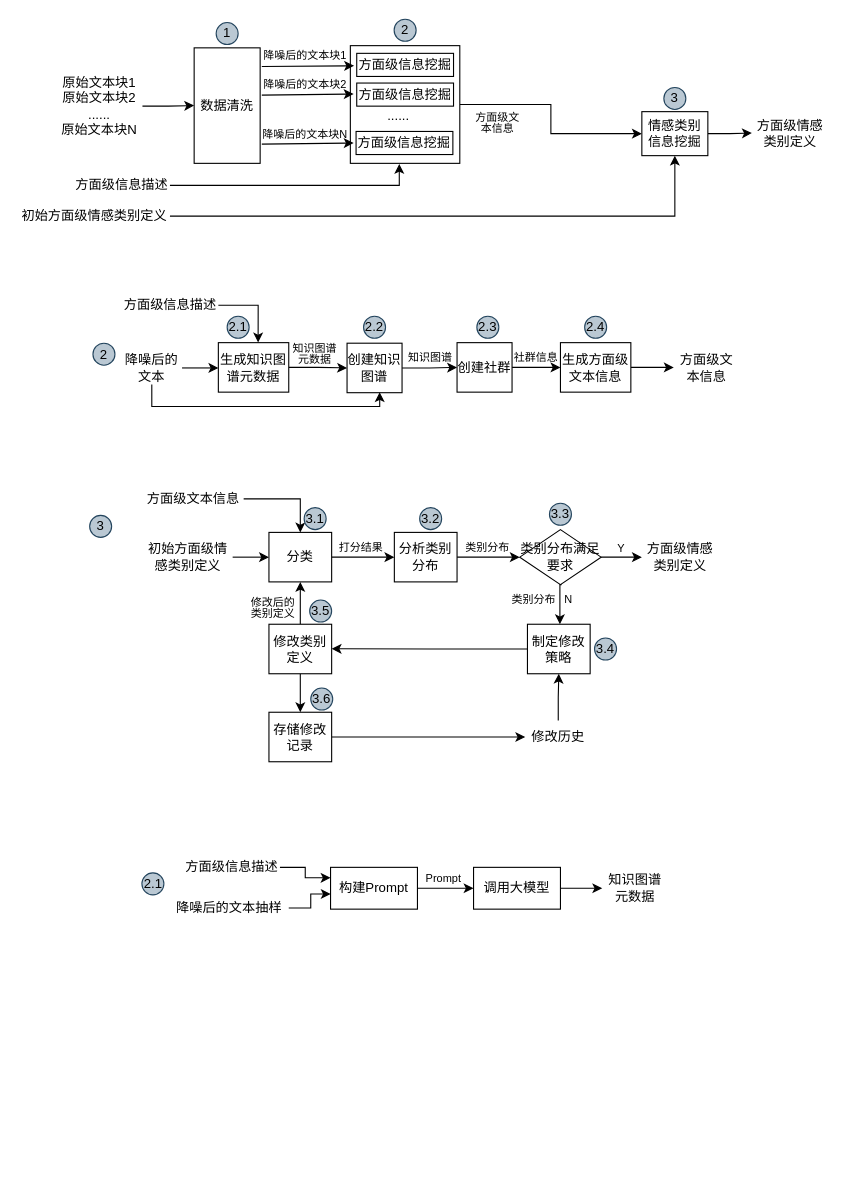
The draw.io diagram patent-基于大模型的方面级文本情感挖掘.drawio in CindyZX/drawio_figures, before the edit. Source tidied: cells renumbered, new cells numbered last; positions are measured from the earlier drawing's top-left corner, leaving out a move shared by most shapes. Both pictures are drawn from the tidied source at 110%, with x=0, y=0 at pixel (19, 19).
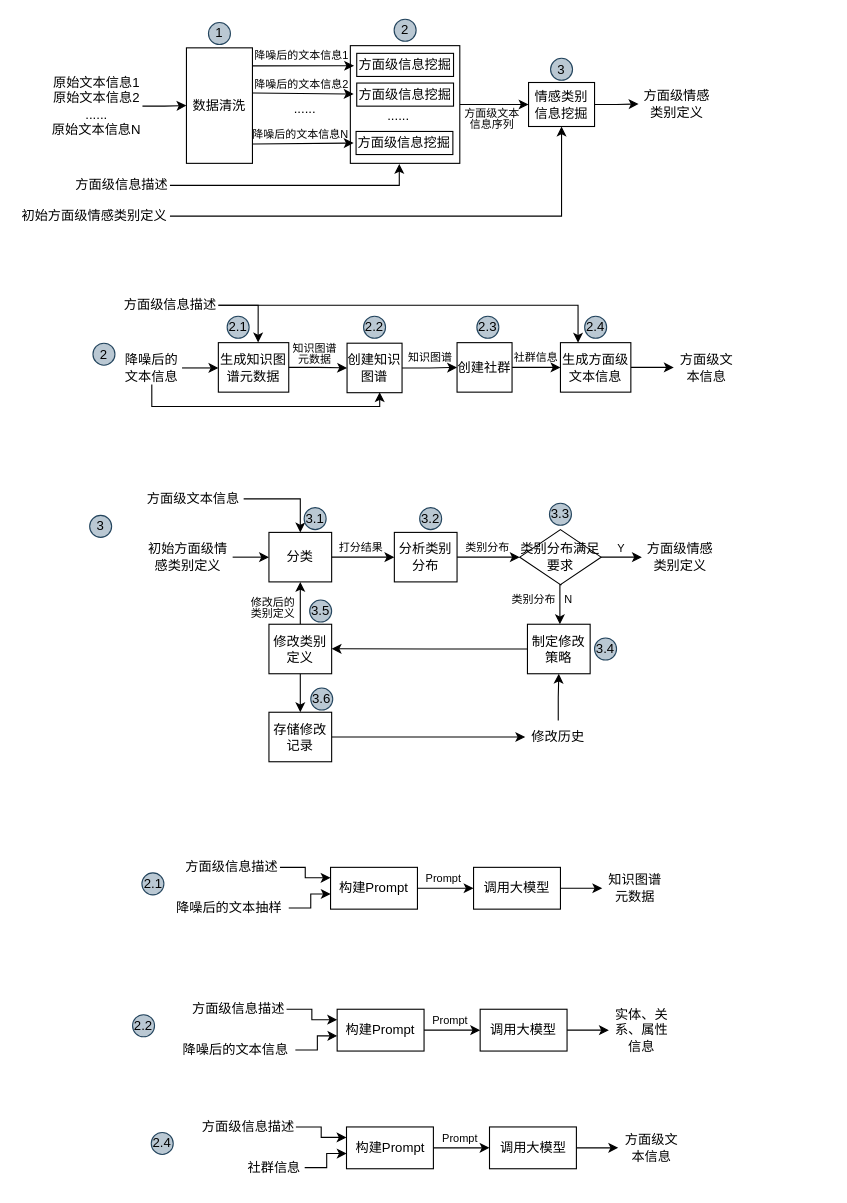
The same diagram, later.

Commit message:
更新patent-基于大模型的方面级文本情感挖掘.drawio

Unchanged cells that the change refers to:
```xml
<mxCell id="6" style="rounded=0;whiteSpace=wrap;html=1;" parent="1" vertex="1">
  <mxGeometry x="301" y="24" width="99.5" height="107" as="geometry" />
</mxCell>
<mxCell id="28" value="生成方面级文本信息" style="rounded=0;whiteSpace=wrap;html=1;" parent="1" vertex="1">
  <mxGeometry x="492" y="294" width="64" height="45" as="geometry" />
</mxCell>
<mxCell id="62" value="方面级信息描述" style="text;html=1;align=center;verticalAlign=middle;whiteSpace=wrap;rounded=0;" parent="1" vertex="1">
  <mxGeometry x="94" y="245" width="87" height="30" as="geometry" />
</mxCell>
```

The edit, as a diff of the source:
```diff
@@
-    <mxCell id="3" value="原始文本块1&lt;div&gt;原始文本块2&lt;br&gt;&lt;/div&gt;&lt;div&gt;......&lt;/div&gt;&lt;div&gt;原始文本块N&lt;br&gt;&lt;/div&gt;" style="text;html=1;align=center;verticalAlign=middle;whiteSpace=wrap;rounded=0;" parent="1" vertex="1">
-      <mxGeometry x="34" y="48" width="78" height="62" as="geometry" />
+    <mxCell id="3" value="原始文本信息1&lt;div&gt;原始文本信息2&lt;br&gt;&lt;/div&gt;&lt;div&gt;......&lt;/div&gt;&lt;div&gt;原始文本信息N&lt;br&gt;&lt;/div&gt;" style="text;html=1;align=center;verticalAlign=middle;whiteSpace=wrap;rounded=0;" parent="1" vertex="1">
+      <mxGeometry x="29" y="48" width="83" height="62" as="geometry" />
     </mxCell>
     <mxCell id="4" value="数据清洗" style="rounded=0;whiteSpace=wrap;html=1;" parent="1" vertex="1">
-      <mxGeometry x="159" y="26" width="60" height="105" as="geometry" />
+      <mxGeometry x="152" y="26" width="60" height="105" as="geometry" />
     </mxCell>
@@
     <mxCell id="8" value="情感类别信息挖掘" style="rounded=0;whiteSpace=wrap;html=1;" parent="1" vertex="1">
-      <mxGeometry x="566" y="84" width="60" height="40" as="geometry" />
+      <mxGeometry x="463" y="57.5" width="60" height="40" as="geometry" />
     </mxCell>
     <mxCell id="9" value="方面级情感类别定义" style="text;html=1;align=center;verticalAlign=middle;whiteSpace=wrap;rounded=0;" parent="1" vertex="1">
-      <mxGeometry x="666" y="88.5" width="70" height="30" as="geometry" />
+      <mxGeometry x="563" y="62" width="70" height="30" as="geometry" />
     </mxCell>
@@
-    <mxCell id="11" value="&lt;p style=&quot;line-height: 100%; font-size: 10px;&quot;&gt;&lt;font style=&quot;font-size: 10px;&quot;&gt;方面级文本信息&lt;/font&gt;&lt;/p&gt;" style="text;html=1;align=center;verticalAlign=middle;whiteSpace=wrap;rounded=0;spacing=2;fontSize=10;" parent="1" vertex="1">
-      <mxGeometry x="413" y="88.5" width="44" height="10" as="geometry" />
+    <mxCell id="11" value="&lt;p style=&quot;line-height: 100%; font-size: 10px;&quot;&gt;&lt;font style=&quot;font-size: 10px;&quot;&gt;方面级文本信息序列&lt;/font&gt;&lt;/p&gt;" style="text;html=1;align=center;verticalAlign=middle;whiteSpace=wrap;rounded=0;spacing=2;fontSize=10;" parent="1" vertex="1">
+      <mxGeometry x="404" y="84.5" width="52" height="10" as="geometry" />
     </mxCell>
@@
     <mxCell id="15" value="1" style="ellipse;whiteSpace=wrap;html=1;fillColor=#bac8d3;strokeColor=#23445d;" parent="1" vertex="1">
-      <mxGeometry x="179" y="3" width="20" height="20" as="geometry" />
+      <mxGeometry x="172" y="3" width="20" height="20" as="geometry" />
     </mxCell>
@@
     <mxCell id="17" value="3" style="ellipse;whiteSpace=wrap;html=1;fillColor=#bac8d3;strokeColor=#23445d;" parent="1" vertex="1">
-      <mxGeometry x="586" y="62" width="20" height="20" as="geometry" />
+      <mxGeometry x="483" y="35.5" width="20" height="20" as="geometry" />
     </mxCell>
@@
-    <mxCell id="20" value="降噪后的文本" style="text;html=1;align=center;verticalAlign=middle;whiteSpace=wrap;rounded=0;" parent="1" vertex="1">
+    <mxCell id="20" value="降噪后的文本信息" style="text;html=1;align=center;verticalAlign=middle;whiteSpace=wrap;rounded=0;" parent="1" vertex="1">
       <mxGeometry x="93" y="302" width="55" height="30" as="geometry" />
     </mxCell>
@@
+    <mxCell id="95" style="edgeStyle=orthogonalEdgeStyle;rounded=0;jettySize=auto;html=1;exitX=1;exitY=0.5;exitDx=0;exitDy=0;entryX=0.25;entryY=0;entryDx=0;entryDy=0;" parent="1" edge="1" source="62" target="28">
+      <mxGeometry relative="1" as="geometry" />
+    </mxCell>
@@
-    <mxCell id="89" style="endArrow=classic;html=1;rounded=0;entryX=0.034;entryY=0.171;entryDx=0;entryDy=0;entryPerimeter=0;" parent="1" edge="1" target="6">
-      <mxGeometry relative="1" as="geometry">
-        <mxPoint x="220.5" y="43" as="sourcePoint" />
-      </mxGeometry>
+    <mxCell id="89" style="endArrow=classic;html=1;rounded=0;entryX=0.034;entryY=0.171;entryDx=0;entryDy=0;entryPerimeter=0;exitX=0.996;exitY=0.156;exitDx=0;exitDy=0;exitPerimeter=0;" parent="1" edge="1" source="4" target="6">
+      <mxGeometry relative="1" as="geometry" />
     </mxCell>
-    <mxCell id="90" value="&lt;p style=&quot;line-height: 100%; font-size: 10px;&quot;&gt;降噪后的文本块1&lt;/p&gt;" style="text;html=1;align=center;verticalAlign=middle;whiteSpace=wrap;rounded=0;spacing=2;fontSize=10;" parent="1" vertex="1">
-      <mxGeometry x="219" y="28" width="82" height="10" as="geometry" />
+    <mxCell id="90" value="&lt;p style=&quot;line-height: 100%; font-size: 10px;&quot;&gt;降噪后的文本信息1&lt;/p&gt;" style="text;html=1;align=center;verticalAlign=middle;whiteSpace=wrap;rounded=0;spacing=2;fontSize=10;" parent="1" vertex="1">
+      <mxGeometry x="213" y="28" width="88" height="10" as="geometry" />
     </mxCell>
-    <mxCell id="91" style="endArrow=classic;html=1;rounded=0;entryX=0.034;entryY=0.171;entryDx=0;entryDy=0;entryPerimeter=0;" parent="1" edge="1">
+    <mxCell id="91" style="endArrow=classic;html=1;rounded=0;entryX=0.034;entryY=0.171;entryDx=0;entryDy=0;entryPerimeter=0;exitX=0.996;exitY=0.391;exitDx=0;exitDy=0;exitPerimeter=0;" parent="1" edge="1" source="4">
       <mxGeometry relative="1" as="geometry">
-        <mxPoint x="220.5" y="69" as="sourcePoint" />
         <mxPoint x="304" y="68" as="targetPoint" />
       </mxGeometry>
     </mxCell>
-    <mxCell id="92" value="&lt;p style=&quot;line-height: 100%; font-size: 10px;&quot;&gt;降噪后的文本块2&lt;/p&gt;" style="text;html=1;align=center;verticalAlign=middle;whiteSpace=wrap;rounded=0;spacing=2;fontSize=10;" parent="1" vertex="1">
-      <mxGeometry x="219" y="54" width="82" height="10" as="geometry" />
+    <mxCell id="92" value="&lt;p style=&quot;line-height: 100%; font-size: 10px;&quot;&gt;降噪后的文本信息2&lt;/p&gt;" style="text;html=1;align=center;verticalAlign=middle;whiteSpace=wrap;rounded=0;spacing=2;fontSize=10;" parent="1" vertex="1">
+      <mxGeometry x="213" y="54" width="88" height="10" as="geometry" />
     </mxCell>
-    <mxCell id="93" style="endArrow=classic;html=1;rounded=0;entryX=0.034;entryY=0.171;entryDx=0;entryDy=0;entryPerimeter=0;" parent="1" edge="1">
+    <mxCell id="93" style="endArrow=classic;html=1;rounded=0;entryX=0.034;entryY=0.171;entryDx=0;entryDy=0;entryPerimeter=0;exitX=1;exitY=0.833;exitDx=0;exitDy=0;exitPerimeter=0;" parent="1" edge="1" source="4">
       <mxGeometry relative="1" as="geometry">
-        <mxPoint x="220.5" y="113.5" as="sourcePoint" />
         <mxPoint x="304" y="112.5" as="targetPoint" />
       </mxGeometry>
     </mxCell>
-    <mxCell id="94" value="&lt;p style=&quot;line-height: 100%; font-size: 10px;&quot;&gt;降噪后的文本块N&lt;/p&gt;" style="text;html=1;align=center;verticalAlign=middle;whiteSpace=wrap;rounded=0;spacing=2;fontSize=10;" parent="1" vertex="1">
-      <mxGeometry x="219" y="98.5" width="82" height="10" as="geometry" />
+    <mxCell id="94" value="&lt;p style=&quot;line-height: 100%; font-size: 10px;&quot;&gt;降噪后的文本信息N&lt;/p&gt;" style="text;html=1;align=center;verticalAlign=middle;whiteSpace=wrap;rounded=0;spacing=2;fontSize=10;" parent="1" vertex="1">
+      <mxGeometry x="211" y="98.5" width="90" height="10" as="geometry" />
     </mxCell>
+    <mxCell id="96" value="......" style="text;html=1;align=center;verticalAlign=middle;whiteSpace=wrap;rounded=0;" parent="1" vertex="1">
+      <mxGeometry x="244" y="71" width="32" height="21" as="geometry" />
+    </mxCell>
+    <mxCell id="97" value="2.2" style="ellipse;whiteSpace=wrap;html=1;fillColor=#bac8d3;strokeColor=#23445d;" parent="1" vertex="1">
+      <mxGeometry x="103" y="905" width="20" height="20" as="geometry" />
+    </mxCell>
+    <mxCell id="98" style="edgeStyle=orthogonalEdgeStyle;rounded=0;jettySize=auto;html=1;exitX=1;exitY=0.5;exitDx=0;exitDy=0;entryX=0;entryY=0.25;entryDx=0;entryDy=0;" parent="1" edge="1" source="99" target="102">
+      <mxGeometry relative="1" as="geometry" />
+    </mxCell>
+    <mxCell id="99" value="方面级信息描述" style="text;html=1;align=center;verticalAlign=middle;whiteSpace=wrap;rounded=0;" parent="1" vertex="1">
+      <mxGeometry x="156" y="885" width="87" height="30" as="geometry" />
+    </mxCell>
+    <mxCell id="100" value="降噪后的文本信息" style="text;html=1;align=center;verticalAlign=middle;whiteSpace=wrap;rounded=0;" parent="1" vertex="1">
+      <mxGeometry x="143" y="922" width="108" height="30" as="geometry" />
+    </mxCell>
+    <mxCell id="101" style="edgeStyle=orthogonalEdgeStyle;rounded=0;jettySize=auto;html=1;exitX=1;exitY=0.5;exitDx=0;exitDy=0;entryX=0;entryY=0.5;entryDx=0;entryDy=0;" parent="1" edge="1" source="102" target="106">
+      <mxGeometry relative="1" as="geometry" />
+    </mxCell>
+    <mxCell id="102" value="构建Prompt" style="rounded=0;whiteSpace=wrap;html=1;" parent="1" vertex="1">
+      <mxGeometry x="289" y="900" width="79" height="38" as="geometry" />
+    </mxCell>
+    <mxCell id="103" value="实体、关系、属性信息" style="text;html=1;align=center;verticalAlign=middle;whiteSpace=wrap;rounded=0;" parent="1" vertex="1">
+      <mxGeometry x="536" y="904" width="60" height="30" as="geometry" />
+    </mxCell>
+    <mxCell id="104" style="edgeStyle=orthogonalEdgeStyle;rounded=0;jettySize=auto;html=1;exitX=1;exitY=0.5;exitDx=0;exitDy=0;entryX=0.002;entryY=0.637;entryDx=0;entryDy=0;entryPerimeter=0;" parent="1" edge="1" source="100" target="102">
+      <mxGeometry relative="1" as="geometry" />
+    </mxCell>
+    <mxCell id="105" style="edgeStyle=orthogonalEdgeStyle;rounded=0;jettySize=auto;html=1;exitX=1;exitY=0.5;exitDx=0;exitDy=0;" parent="1" edge="1" source="106" target="103">
+      <mxGeometry relative="1" as="geometry" />
+    </mxCell>
+    <mxCell id="106" value="调用大模型" style="rounded=0;whiteSpace=wrap;html=1;" parent="1" vertex="1">
+      <mxGeometry x="419" y="900" width="79" height="38" as="geometry" />
+    </mxCell>
+    <mxCell id="107" value="&lt;p style=&quot;line-height: 100%; font-size: 10px;&quot;&gt;Prompt&lt;/p&gt;" style="text;html=1;align=center;verticalAlign=middle;whiteSpace=wrap;rounded=0;spacing=2;fontSize=10;" parent="1" vertex="1">
+      <mxGeometry x="370" y="905" width="44" height="10" as="geometry" />
+    </mxCell>
+    <mxCell id="108" style="edgeStyle=orthogonalEdgeStyle;rounded=0;jettySize=auto;html=1;exitX=1;exitY=0.5;exitDx=0;exitDy=0;entryX=0;entryY=0.25;entryDx=0;entryDy=0;" parent="1" edge="1" source="109" target="112">
+      <mxGeometry relative="1" as="geometry" />
+    </mxCell>
+    <mxCell id="109" value="方面级信息描述" style="text;html=1;align=center;verticalAlign=middle;whiteSpace=wrap;rounded=0;" parent="1" vertex="1">
+      <mxGeometry x="164.5" y="992" width="87" height="30" as="geometry" />
+    </mxCell>
+    <mxCell id="110" value="社群信息" style="text;html=1;align=center;verticalAlign=middle;whiteSpace=wrap;rounded=0;" parent="1" vertex="1">
+      <mxGeometry x="204" y="1029" width="55.5" height="30" as="geometry" />
+    </mxCell>
+    <mxCell id="111" style="edgeStyle=orthogonalEdgeStyle;rounded=0;jettySize=auto;html=1;exitX=1;exitY=0.5;exitDx=0;exitDy=0;entryX=0;entryY=0.5;entryDx=0;entryDy=0;" parent="1" edge="1" source="112" target="115">
+      <mxGeometry relative="1" as="geometry" />
+    </mxCell>
+    <mxCell id="112" value="构建Prompt" style="rounded=0;whiteSpace=wrap;html=1;" parent="1" vertex="1">
+      <mxGeometry x="297.5" y="1007" width="79" height="38" as="geometry" />
+    </mxCell>
+    <mxCell id="113" style="edgeStyle=orthogonalEdgeStyle;rounded=0;jettySize=auto;html=1;exitX=1;exitY=0.5;exitDx=0;exitDy=0;entryX=0.002;entryY=0.637;entryDx=0;entryDy=0;entryPerimeter=0;" parent="1" edge="1" source="110" target="112">
+      <mxGeometry relative="1" as="geometry" />
+    </mxCell>
+    <mxCell id="114" style="edgeStyle=orthogonalEdgeStyle;rounded=0;jettySize=auto;html=1;exitX=1;exitY=0.5;exitDx=0;exitDy=0;" parent="1" edge="1" source="115">
+      <mxGeometry relative="1" as="geometry">
+        <mxPoint x="544.5" y="1026" as="targetPoint" />
+      </mxGeometry>
+    </mxCell>
+    <mxCell id="115" value="调用大模型" style="rounded=0;whiteSpace=wrap;html=1;" parent="1" vertex="1">
+      <mxGeometry x="427.5" y="1007" width="79" height="38" as="geometry" />
+    </mxCell>
+    <mxCell id="116" value="&lt;p style=&quot;line-height: 100%; font-size: 10px;&quot;&gt;Prompt&lt;/p&gt;" style="text;html=1;align=center;verticalAlign=middle;whiteSpace=wrap;rounded=0;spacing=2;fontSize=10;" parent="1" vertex="1">
+      <mxGeometry x="378.5" y="1012" width="44" height="10" as="geometry" />
+    </mxCell>
+    <mxCell id="117" value="2.4" style="ellipse;whiteSpace=wrap;html=1;fillColor=#bac8d3;strokeColor=#23445d;" parent="1" vertex="1">
+      <mxGeometry x="120" y="1012" width="20" height="20" as="geometry" />
+    </mxCell>
+    <mxCell id="118" value="方面级文本信息" style="text;html=1;align=center;verticalAlign=middle;whiteSpace=wrap;rounded=0;" parent="1" vertex="1">
+      <mxGeometry x="545" y="1011" width="60" height="30" as="geometry" />
+    </mxCell>
```
